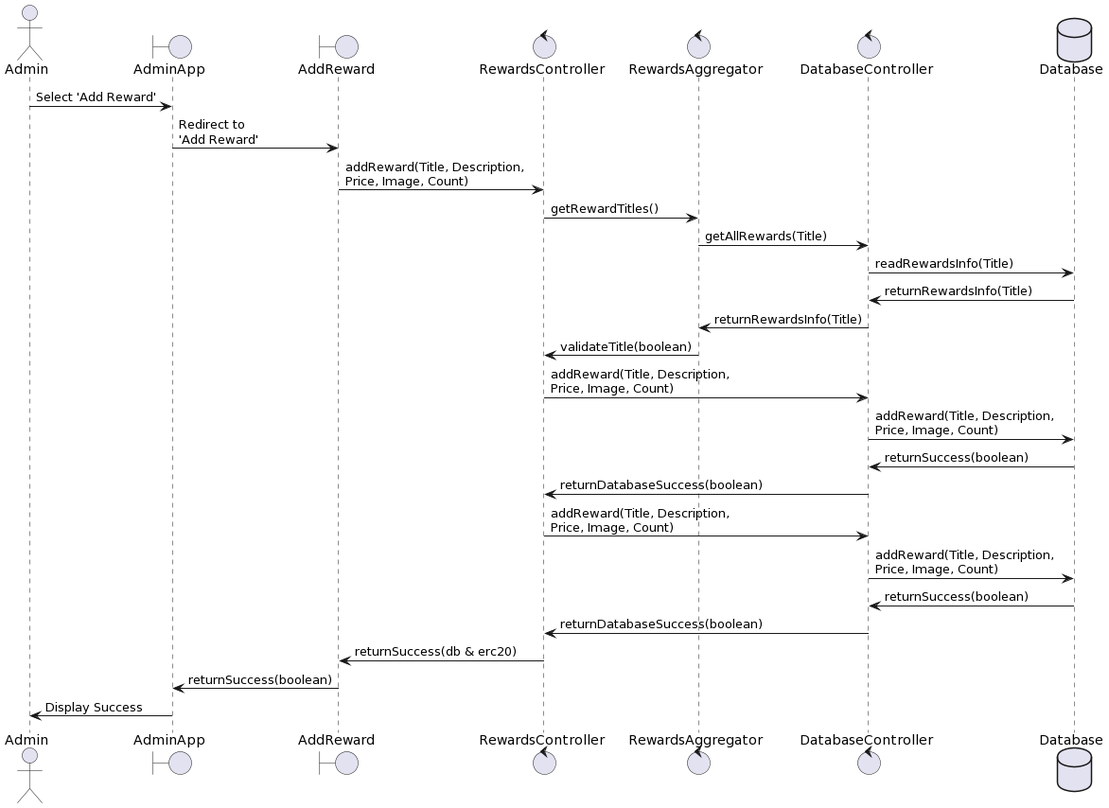
Before: Admin_AddReward.png, a diagram exported from PlantUML (Tamong/TFS).
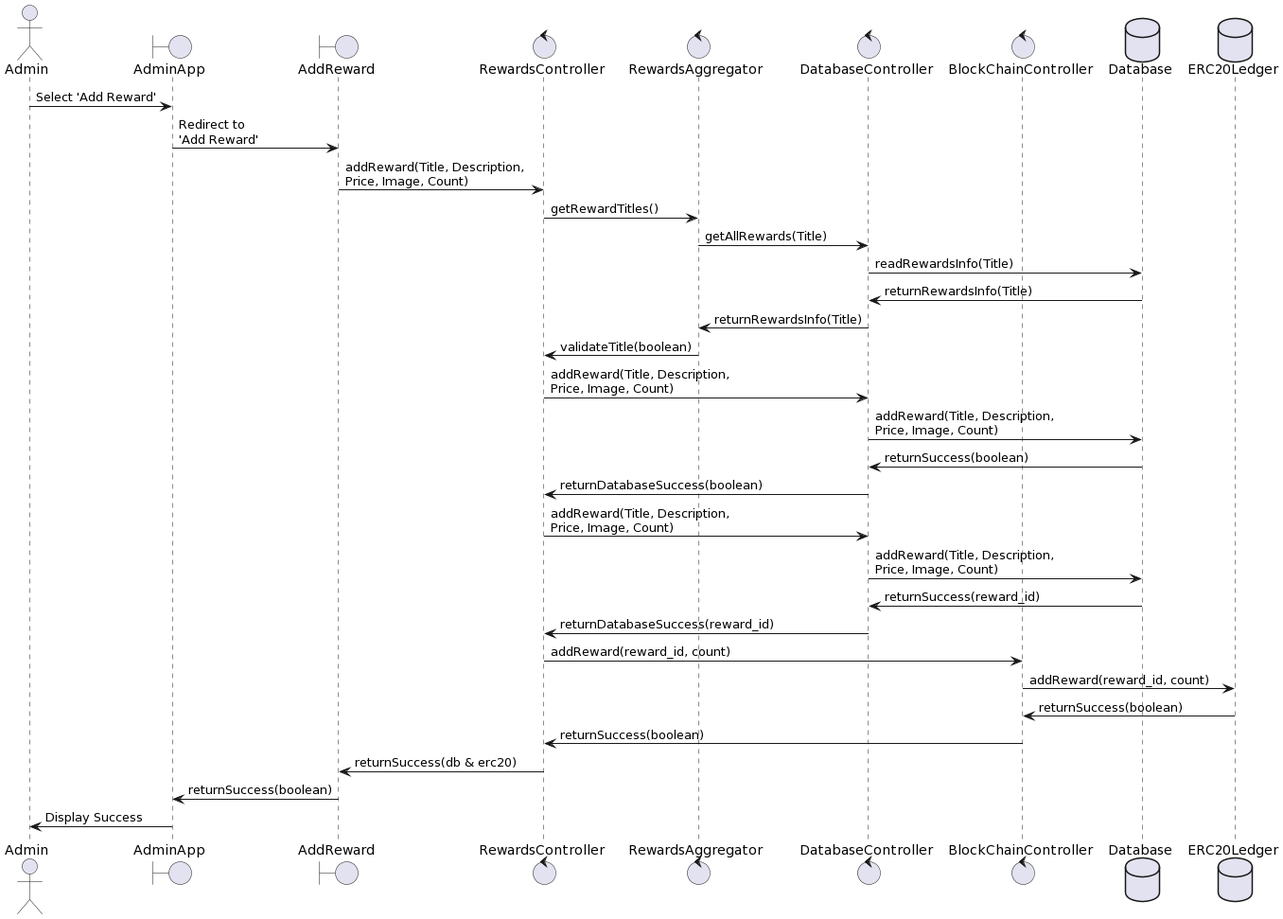
After the commit.

The edit, as a diff of the source:
```diff
@@ -6,8 +6,10 @@
 control     RewardsController
 control     RewardsAggregator
 control     DatabaseController
+control     BlockChainController
 
 database    Database
+database    ERC20Ledger
 
 Admin -> AdminApp: Select 'Add Reward'
 AdminApp -> AddReward: Redirect to \n'Add Reward'
@@ -28,9 +30,14 @@
 
 RewardsController -> DatabaseController: addReward(Title, Description, \nPrice, Image, Count)
 DatabaseController-> Database: addReward(Title, Description, \nPrice, Image, Count)
-Database-> DatabaseController: returnSuccess(boolean)
-DatabaseController-> RewardsController : returnDatabaseSuccess(boolean)
+Database-> DatabaseController: returnSuccess(reward_id)
+DatabaseController-> RewardsController : returnDatabaseSuccess(reward_id)
 
+RewardsController -> BlockChainController : addReward(reward_id, count)
+BlockChainController -> ERC20Ledger : addReward(reward_id, count)
+
+ERC20Ledger -> BlockChainController : returnSuccess(boolean)
+BlockChainController -> RewardsController : returnSuccess(boolean)
 
 RewardsController -> AddReward : returnSuccess(db & erc20)
 AddReward -> AdminApp: returnSuccess(boolean)
```
